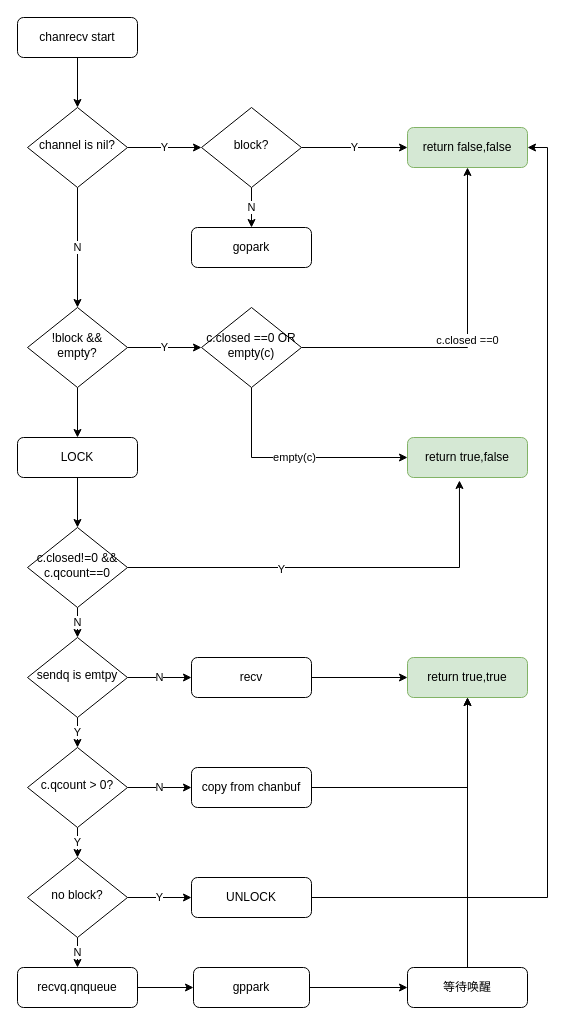
dogslee/draw keeps this draw.io diagram as go_channel/chanrecv.drawio. Above is the earlier version. Source tidied: cells renumbered, new cells numbered last; positions are measured from the earlier drawing's top-left corner, leaving out a move shared by most shapes. Both pictures are drawn from the tidied source at 100%, with x=0, y=0 at pixel (17, 17).
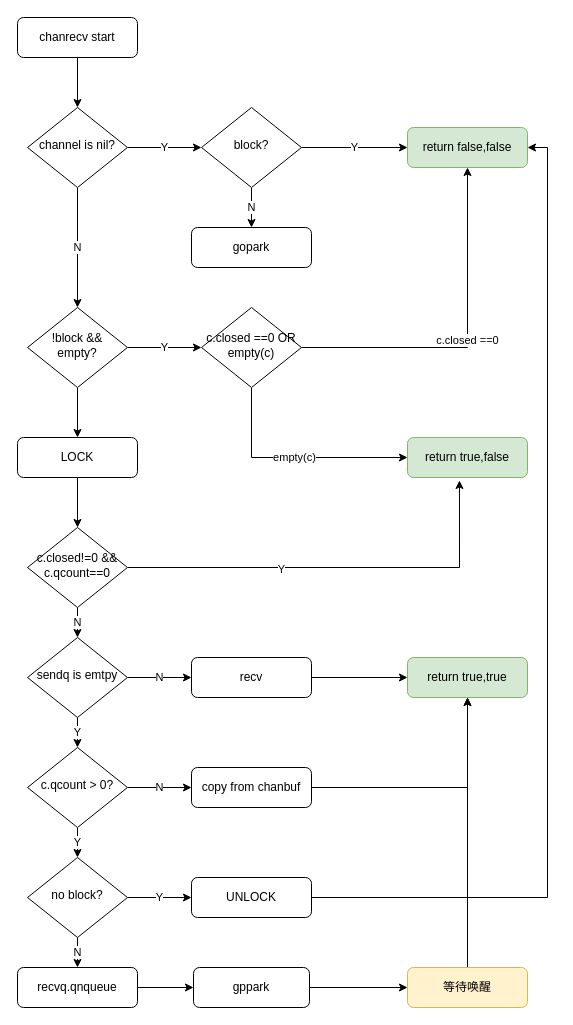
The same page after the edit.

What changed in the source:
```diff
@@
-    <mxCell id="46" value="等待唤醒" style="rounded=1;whiteSpace=wrap;html=1;fontSize=12;glass=0;strokeWidth=1;shadow=0;" parent="1" vertex="1">
+    <mxCell id="46" value="等待唤醒" style="rounded=1;whiteSpace=wrap;html=1;fontSize=12;glass=0;strokeWidth=1;shadow=0;fillColor=#fff2cc;strokeColor=#d6b656;" parent="1" vertex="1">
       <mxGeometry x="390" y="950" width="120" height="40" as="geometry" />
     </mxCell>
```
